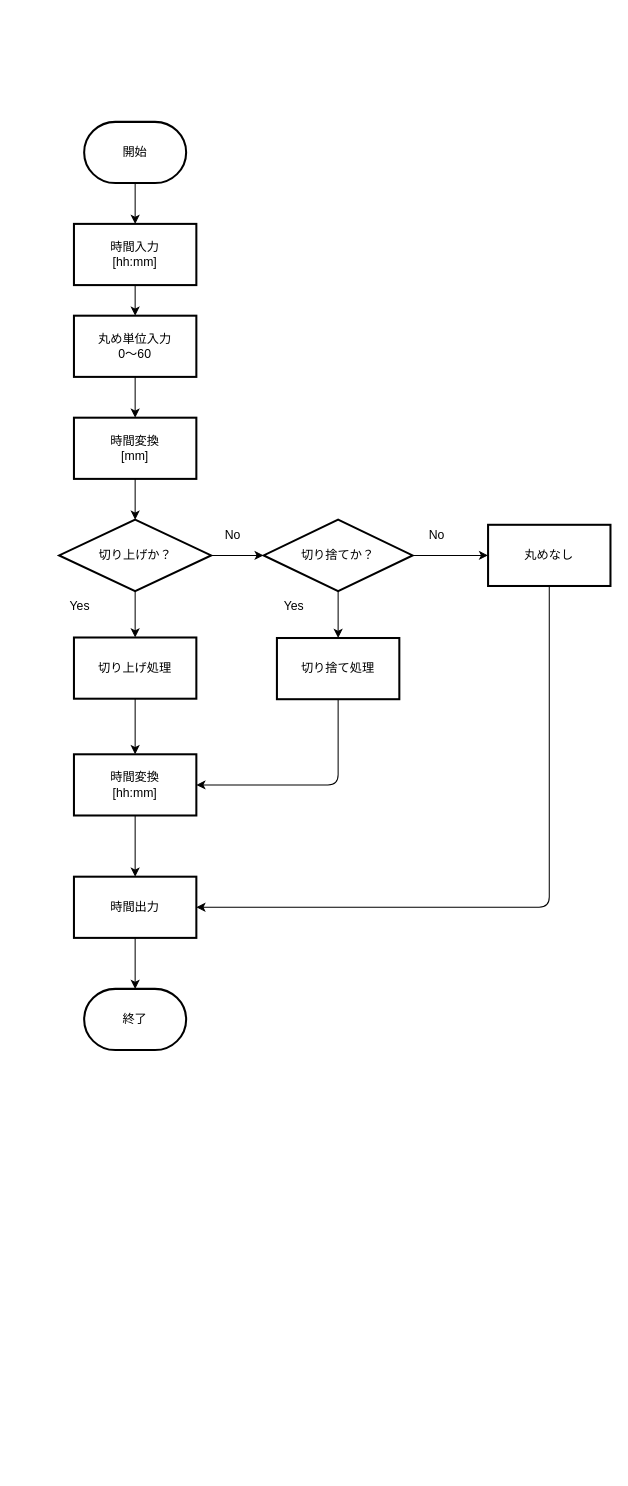
Before: flowchart.dio in akihiro1656/issue1, a draw.io diagram. Source tidied: cells renumbered, new cells numbered last; positions are measured from the earlier drawing's top-left corner, leaving out a move shared by most shapes. Both pictures are drawn from the tidied source at 102%, with x=0, y=0 at pixel (49, 121).
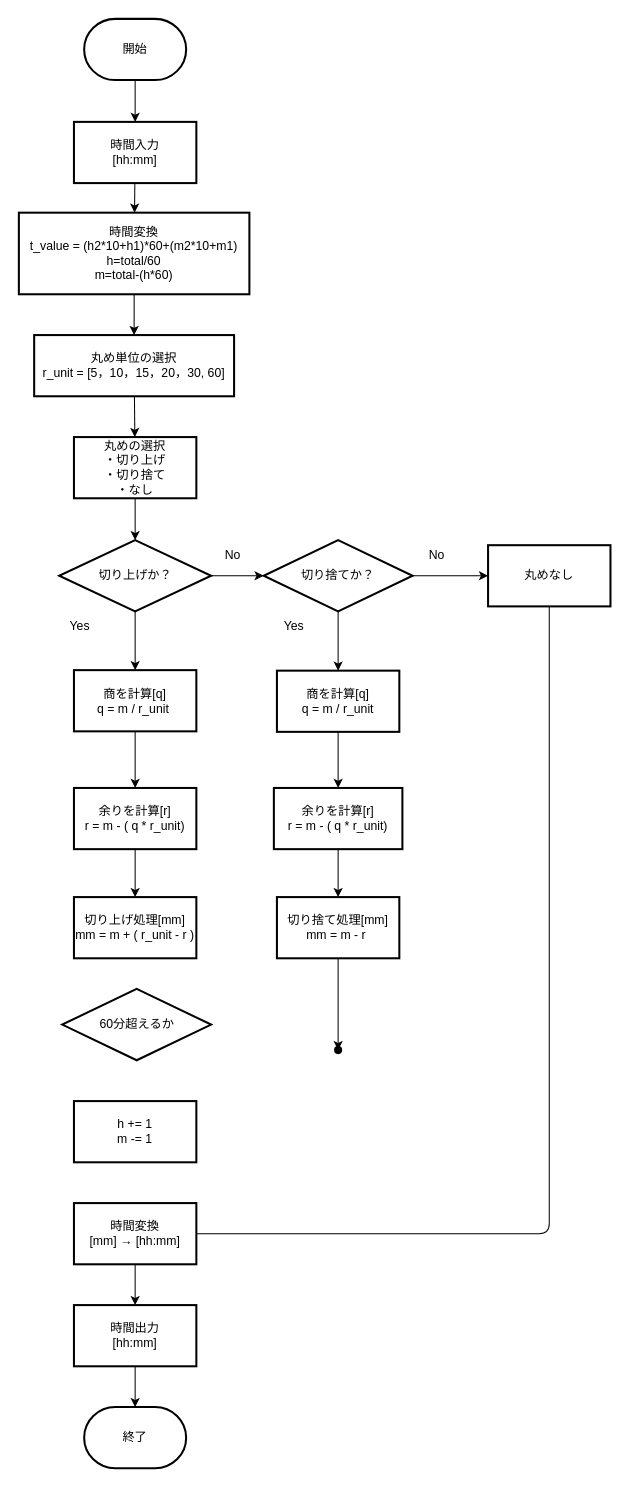
The same page after the edit.

Diff of the diagram source:
```diff
@@
     <mxCell id="3" value="開始" style="strokeWidth=2;html=1;shape=mxgraph.flowchart.terminator;whiteSpace=wrap;" parent="1" vertex="1">
-      <mxGeometry x="34" width="100" height="60" as="geometry" />
+      <mxGeometry x="34" y="-101" width="100" height="60" as="geometry" />
     </mxCell>
     <mxCell id="4" value="終了" style="strokeWidth=2;html=1;shape=mxgraph.flowchart.terminator;whiteSpace=wrap;" parent="1" vertex="1">
-      <mxGeometry x="34" y="850" width="100" height="60" as="geometry" />
+      <mxGeometry x="34" y="1260" width="100" height="60" as="geometry" />
     </mxCell>
+    <mxCell id="32" style="edgeStyle=none;html=1;fontFamily=Helvetica;fontSize=12;" parent="1" edge="1" source="5" target="11">
+      <mxGeometry relative="1" as="geometry" />
+    </mxCell>
     <mxCell id="5" value="時間入力&lt;br&gt;[hh:mm]" style="whiteSpace=wrap;html=1;strokeWidth=2;" parent="1" vertex="1">
-      <mxGeometry x="24" y="100" width="120" height="60" as="geometry" />
+      <mxGeometry x="24" width="120" height="60" as="geometry" />
     </mxCell>
@@
-    <mxCell id="7" style="edgeStyle=none;html=1;" parent="1" edge="1" source="8" target="21">
+    <mxCell id="7" style="edgeStyle=none;html=1;fontFamily=Helvetica;fontSize=12;" parent="1" edge="1" source="8" target="21">
       <mxGeometry relative="1" as="geometry" />
     </mxCell>
     <mxCell id="8" value="切り上げか？" style="strokeWidth=2;html=1;shape=mxgraph.flowchart.decision;whiteSpace=wrap;" parent="1" vertex="1">
-      <mxGeometry x="9.5" y="390" width="149" height="70" as="geometry" />
+      <mxGeometry x="9.5" y="410" width="149" height="70" as="geometry" />
     </mxCell>
-    <mxCell id="9" style="edgeStyle=none;html=1;exitX=0.5;exitY=1;exitDx=0;exitDy=0;" parent="1" edge="1" source="5" target="13">
-      <mxGeometry relative="1" as="geometry" />
-    </mxCell>
-    <mxCell id="10" style="edgeStyle=none;html=1;exitX=0.5;exitY=1;exitDx=0;exitDy=0;entryX=0.5;entryY=0;entryDx=0;entryDy=0;entryPerimeter=0;" parent="1" edge="1" source="11" target="8">
-      <mxGeometry relative="1" as="geometry" />
-    </mxCell>
+    <mxCell id="33" style="edgeStyle=none;html=1;fontFamily=Helvetica;fontSize=12;" parent="1" edge="1" source="11" target="13">
+      <mxGeometry relative="1" as="geometry" />
+    </mxCell>
-    <mxCell id="11" value="時間変換&lt;br&gt;[mm]" style="whiteSpace=wrap;html=1;strokeWidth=2;" parent="1" vertex="1">
-      <mxGeometry x="24" y="290" width="120" height="60" as="geometry" />
+    <mxCell id="11" value="時間変換&lt;br&gt;t_value = (h2*10+h1)*60+(m2*10+m1)&lt;br&gt;h=total/60&lt;br&gt;m=total-(h*60)" style="whiteSpace=wrap;html=1;strokeWidth=2;" parent="1" vertex="1">
+      <mxGeometry x="-30" y="89" width="226" height="80" as="geometry" />
     </mxCell>
-    <mxCell id="12" style="edgeStyle=none;html=1;exitX=0.5;exitY=1;exitDx=0;exitDy=0;" parent="1" edge="1" source="13" target="11">
-      <mxGeometry relative="1" as="geometry" />
-    </mxCell>
+    <mxCell id="34" style="edgeStyle=none;html=1;fontFamily=Helvetica;fontSize=12;" parent="1" edge="1" source="13" target="39">
+      <mxGeometry relative="1" as="geometry" />
+    </mxCell>
-    <mxCell id="13" value="丸め単位入力&lt;br&gt;0～60" style="whiteSpace=wrap;html=1;strokeWidth=2;" parent="1" vertex="1">
-      <mxGeometry x="24" y="190" width="120" height="60" as="geometry" />
+    <mxCell id="13" value="丸め単位の選択&lt;br&gt;r_unit = [5，10，15，20，30, 60]" style="whiteSpace=wrap;html=1;strokeWidth=2;" parent="1" vertex="1">
+      <mxGeometry x="-15" y="209" width="196" height="60" as="geometry" />
     </mxCell>
-    <mxCell id="14" style="edgeStyle=none;html=1;" parent="1" edge="1" source="15" target="17">
+    <mxCell id="14" style="edgeStyle=none;html=1;fontFamily=Helvetica;fontSize=12;" parent="1" edge="1" source="15" target="17">
       <mxGeometry relative="1" as="geometry" />
     </mxCell>
-    <mxCell id="15" value="時間変換&lt;br&gt;[hh:mm]" style="whiteSpace=wrap;html=1;strokeWidth=2;" parent="1" vertex="1">
-      <mxGeometry x="24" y="620" width="120" height="60" as="geometry" />
+    <mxCell id="15" value="時間変換&lt;br&gt;[mm] → [hh:mm]" style="whiteSpace=wrap;html=1;strokeWidth=2;" parent="1" vertex="1">
+      <mxGeometry x="24" y="1060" width="120" height="60" as="geometry" />
     </mxCell>
-    <mxCell id="16" style="edgeStyle=none;html=1;" parent="1" edge="1" source="17" target="4">
+    <mxCell id="16" style="edgeStyle=none;html=1;fontFamily=Helvetica;fontSize=12;" parent="1" edge="1" source="17" target="4">
       <mxGeometry relative="1" as="geometry" />
     </mxCell>
-    <mxCell id="17" value="時間出力" style="whiteSpace=wrap;html=1;strokeWidth=2;" parent="1" vertex="1">
-      <mxGeometry x="24" y="740" width="120" height="60" as="geometry" />
+    <mxCell id="17" value="時間出力&lt;br&gt;[hh:mm]" style="whiteSpace=wrap;html=1;strokeWidth=2;" parent="1" vertex="1">
+      <mxGeometry x="24" y="1160" width="120" height="60" as="geometry" />
     </mxCell>
-    <mxCell id="18" style="edgeStyle=none;html=1;entryX=1;entryY=0.5;entryDx=0;entryDy=0;" parent="1" edge="1" source="19" target="15">
-      <mxGeometry relative="1" as="geometry">
-        <Array as="points">
-          <mxPoint x="283" y="650" />
-        </Array>
-      </mxGeometry>
-    </mxCell>
+    <mxCell id="35" style="edgeStyle=none;html=1;fontFamily=Helvetica;fontSize=12;" parent="1" edge="1" source="19" target="48">
+      <mxGeometry relative="1" as="geometry" />
+    </mxCell>
-    <mxCell id="19" value="切り捨て処理" style="whiteSpace=wrap;html=1;strokeWidth=2;" parent="1" vertex="1">
-      <mxGeometry x="223" y="506" width="120" height="60" as="geometry" />
+    <mxCell id="19" value="切り捨て処理[mm]&lt;br&gt;mm = m - r&amp;nbsp;" style="whiteSpace=wrap;html=1;strokeWidth=2;" parent="1" vertex="1">
+      <mxGeometry x="223" y="760" width="120" height="60" as="geometry" />
     </mxCell>
-    <mxCell id="20" style="edgeStyle=none;html=1;" parent="1" edge="1" source="21" target="15">
-      <mxGeometry relative="1" as="geometry" />
-    </mxCell>
+    <mxCell id="36" style="edgeStyle=none;html=1;fontFamily=Helvetica;fontSize=12;" parent="1" edge="1" source="21" target="41">
+      <mxGeometry relative="1" as="geometry" />
+    </mxCell>
-    <mxCell id="21" value="切り上げ処理" style="whiteSpace=wrap;html=1;strokeWidth=2;" parent="1" vertex="1">
-      <mxGeometry x="24" y="505.5" width="120" height="60" as="geometry" />
+    <mxCell id="21" value="商を計算[q]&lt;br&gt;q = m / r_unit&amp;nbsp;" style="whiteSpace=wrap;html=1;strokeWidth=2;" parent="1" vertex="1">
+      <mxGeometry x="24" y="537.5" width="120" height="60" as="geometry" />
     </mxCell>
     <mxCell id="22" value="Yes" style="text;html=1;strokeColor=none;fillColor=none;align=center;verticalAlign=middle;whiteSpace=wrap;rounded=0;" parent="1" vertex="1">
-      <mxGeometry x="210" y="460" width="60" height="30" as="geometry" />
+      <mxGeometry x="210" y="480" width="60" height="30" as="geometry" />
     </mxCell>
     <mxCell id="23" value="No" style="text;html=1;strokeColor=none;fillColor=none;align=center;verticalAlign=middle;whiteSpace=wrap;rounded=0;" parent="1" vertex="1">
-      <mxGeometry x="150" y="390" width="60" height="30" as="geometry" />
+      <mxGeometry x="150" y="410" width="60" height="30" as="geometry" />
     </mxCell>
     <mxCell id="24" value="No" style="text;html=1;strokeColor=none;fillColor=none;align=center;verticalAlign=middle;whiteSpace=wrap;rounded=0;" parent="1" vertex="1">
-      <mxGeometry x="350" y="390" width="60" height="30" as="geometry" />
+      <mxGeometry x="350" y="410" width="60" height="30" as="geometry" />
     </mxCell>
@@
-    <mxCell id="26" style="edgeStyle=none;html=1;" parent="1" edge="1" source="27" target="19">
-      <mxGeometry relative="1" as="geometry" />
-    </mxCell>
+    <mxCell id="37" style="edgeStyle=none;html=1;fontFamily=Helvetica;fontSize=12;" parent="1" edge="1" source="27" target="44">
+      <mxGeometry relative="1" as="geometry" />
+    </mxCell>
     <mxCell id="27" value="切り捨てか？" style="strokeWidth=2;html=1;shape=mxgraph.flowchart.decision;whiteSpace=wrap;" parent="1" vertex="1">
-      <mxGeometry x="210" y="390" width="146" height="70" as="geometry" />
+      <mxGeometry x="210" y="410" width="146" height="70" as="geometry" />
     </mxCell>
     <mxCell id="28" value="Yes" style="text;html=1;strokeColor=none;fillColor=none;align=center;verticalAlign=middle;whiteSpace=wrap;rounded=0;" parent="1" vertex="1">
-      <mxGeometry y="460" width="60" height="30" as="geometry" />
+      <mxGeometry y="480" width="60" height="30" as="geometry" />
     </mxCell>
@@
-    <mxCell id="30" style="edgeStyle=none;html=1;exitX=0.5;exitY=1;exitDx=0;exitDy=0;entryX=1;entryY=0.5;entryDx=0;entryDy=0;" parent="1" edge="1" source="31" target="17">
-      <mxGeometry relative="1" as="geometry">
-        <Array as="points">
-          <mxPoint x="490" y="770" />
-        </Array>
-      </mxGeometry>
-    </mxCell>
     <mxCell id="31" value="丸めなし" style="whiteSpace=wrap;html=1;strokeWidth=2;" parent="1" vertex="1">
-      <mxGeometry x="430" y="395" width="120" height="60" as="geometry" />
+      <mxGeometry x="430" y="415" width="120" height="60" as="geometry" />
     </mxCell>
+    <mxCell id="38" style="edgeStyle=none;html=1;fontFamily=Helvetica;fontSize=12;" parent="1" edge="1" source="39" target="8">
+      <mxGeometry relative="1" as="geometry" />
+    </mxCell>
+    <mxCell id="39" value="丸めの選択&lt;br&gt;・切り上げ&lt;br&gt;・切り捨て&lt;br&gt;・なし" style="whiteSpace=wrap;html=1;strokeWidth=2;" parent="1" vertex="1">
+      <mxGeometry x="24" y="309" width="120" height="60" as="geometry" />
+    </mxCell>
+    <mxCell id="40" style="edgeStyle=none;html=1;fontFamily=Helvetica;fontSize=12;" parent="1" edge="1" source="41" target="42">
+      <mxGeometry relative="1" as="geometry" />
+    </mxCell>
+    <mxCell id="41" value="余りを計算[r]&lt;br&gt;r = m - ( q * r_unit)" style="whiteSpace=wrap;html=1;strokeWidth=2;" parent="1" vertex="1">
+      <mxGeometry x="24" y="653" width="120" height="60" as="geometry" />
+    </mxCell>
+    <mxCell id="42" value="切り上げ処理[mm]&lt;br&gt;mm = m + ( r_unit - r )" style="whiteSpace=wrap;html=1;strokeWidth=2;" parent="1" vertex="1">
+      <mxGeometry x="24" y="760" width="120" height="60" as="geometry" />
+    </mxCell>
+    <mxCell id="43" style="edgeStyle=none;html=1;fontFamily=Helvetica;fontSize=12;" parent="1" edge="1" source="44" target="46">
+      <mxGeometry relative="1" as="geometry" />
+    </mxCell>
+    <mxCell id="44" value="商を計算[q]&lt;br&gt;q = m / r_unit" style="whiteSpace=wrap;html=1;strokeWidth=2;" parent="1" vertex="1">
+      <mxGeometry x="223" y="538" width="120" height="60" as="geometry" />
+    </mxCell>
+    <mxCell id="45" style="edgeStyle=none;html=1;fontFamily=Helvetica;fontSize=12;" parent="1" edge="1" source="46" target="19">
+      <mxGeometry relative="1" as="geometry" />
+    </mxCell>
+    <mxCell id="46" value="余りを計算[r]&lt;br&gt;r = m - ( q * r_unit)" style="whiteSpace=wrap;html=1;strokeWidth=2;" parent="1" vertex="1">
+      <mxGeometry x="220" y="653" width="126" height="60" as="geometry" />
+    </mxCell>
+    <mxCell id="47" style="edgeStyle=none;html=1;exitX=0.5;exitY=1;exitDx=0;exitDy=0;entryDx=0;entryDy=0;endArrow=none;entryX=1;entryY=0.5;" parent="1" edge="1" source="31" target="15">
+      <mxGeometry relative="1" as="geometry">
+        <Array as="points">
+          <mxPoint x="490" y="1090" />
+        </Array>
+      </mxGeometry>
+    </mxCell>
+    <mxCell id="48" style="shape=waypoint;sketch=0;size=6;points=[];fillColor=default;perimeter=centerPerimeter;snapToPoint=1;strokeWidth=2;" parent="1" vertex="1">
+      <mxGeometry x="273" y="900" width="20" height="20" as="geometry" />
+    </mxCell>
+    <mxCell id="49" value="h += 1&lt;br&gt;m -= 1" style="whiteSpace=wrap;html=1;strokeWidth=2;" parent="1" vertex="1">
+      <mxGeometry x="24" y="960" width="120" height="60" as="geometry" />
+    </mxCell>
+    <mxCell id="50" value="60分超えるか" style="strokeWidth=2;html=1;shape=mxgraph.flowchart.decision;whiteSpace=wrap;" parent="1" vertex="1">
+      <mxGeometry x="12.5" y="850" width="146" height="70" as="geometry" />
+    </mxCell>
```
